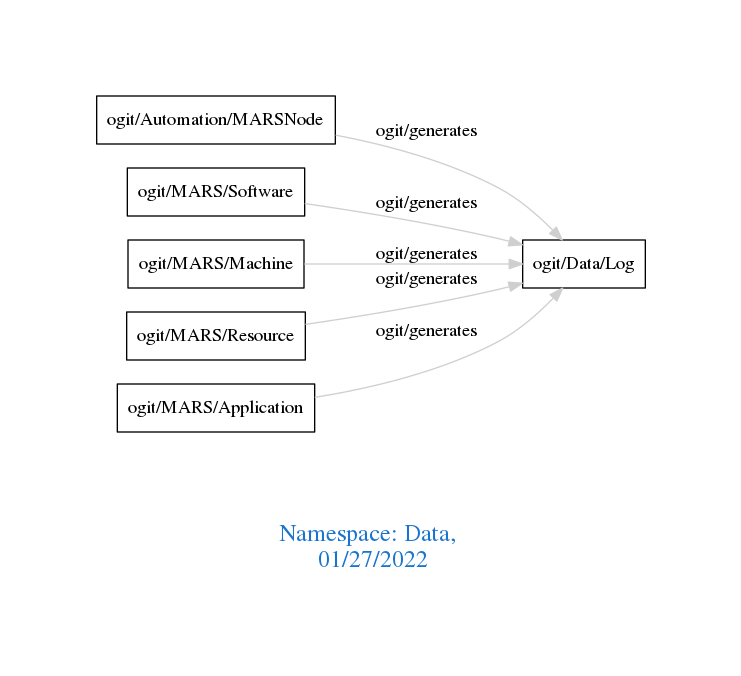
Earlier version of the Graphviz export downloads/Data.png (arago/OGIT). Its source is kept beside it as downloads/Data.dot.
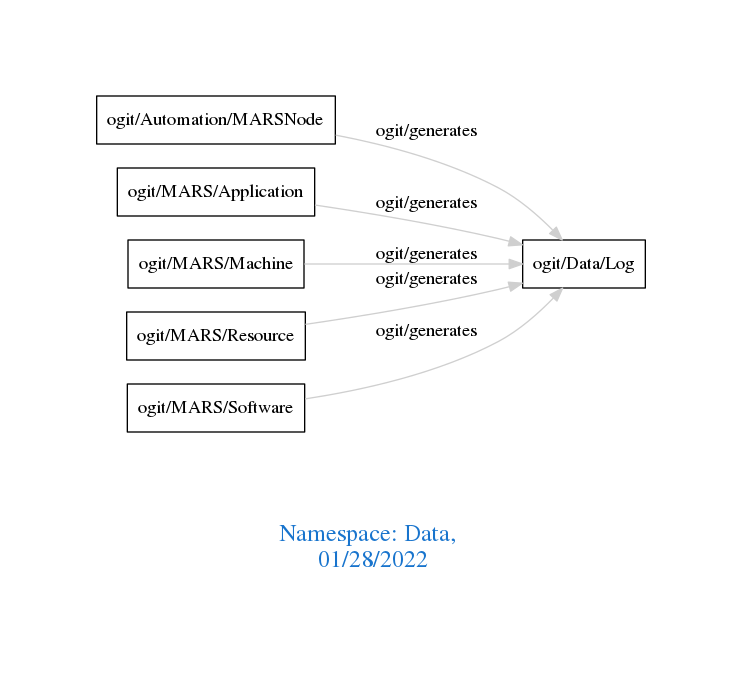
After the commit.

Change to the diagram source:
```diff
@@ -1,13 +1,13 @@
 digraph OGIT_ontology {
  graph [ rankdir= LR,pad=1
 fontsize = 18,
-fontcolor= dodgerblue3,label = "\n\n\nNamespace: Data, \n 01/27/2022"];
+fontcolor= dodgerblue3,label = "\n\n\nNamespace: Data, \n 01/28/2022"];
 node[shape=polygon];
 edge [  color="gray81"];
 
    "ogit/Automation/MARSNode" -> "ogit/Data/Log" [label="   ogit/generates    "];
-   "ogit/MARS/Software" -> "ogit/Data/Log" [label="   ogit/generates    "];
+   "ogit/MARS/Application" -> "ogit/Data/Log" [label="   ogit/generates    "];
    "ogit/MARS/Machine" -> "ogit/Data/Log" [label="   ogit/generates    "];
    "ogit/MARS/Resource" -> "ogit/Data/Log" [label="   ogit/generates    "];
-   "ogit/MARS/Application" -> "ogit/Data/Log" [label="   ogit/generates    "];
+   "ogit/MARS/Software" -> "ogit/Data/Log" [label="   ogit/generates    "];
 }
```
